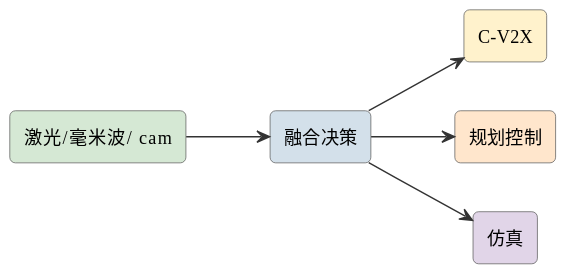
Earlier version of the PlantUML export assets/diagrams/ideas-fig73.svg (mingyi0818/IntelligentMcuCourse).
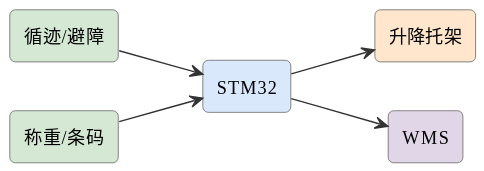
Above is the later version.

What changed in the source:
```diff
@@ -6,13 +6,13 @@
 skinparam arrowFontSize 11
 skinparam arrowColor #333
 left to right direction
-rectangle "激光/毫米波/ cam" as s #d5e8d4
-rectangle "融合决策" as fusion #d3e0ea
-rectangle "C-V2X" as v2x #fff2cc
-rectangle "规划控制" as ctrl #ffe6cc
-rectangle "仿真" as sim #e1d5e8
-s --> fusion
-fusion --> v2x
-fusion --> ctrl
-fusion --> sim
+rectangle "循迹/避障" as line #d5e8d4
+rectangle "STM32" as stm #dae8fc
+rectangle "升降托架" as lift #ffe6cc
+rectangle "称重/条码" as w #d5e8d4
+rectangle "WMS" as wms #e1d5e8
+line --> stm
+stm --> lift
+w --> stm
+stm --> wms
 @enduml
```
